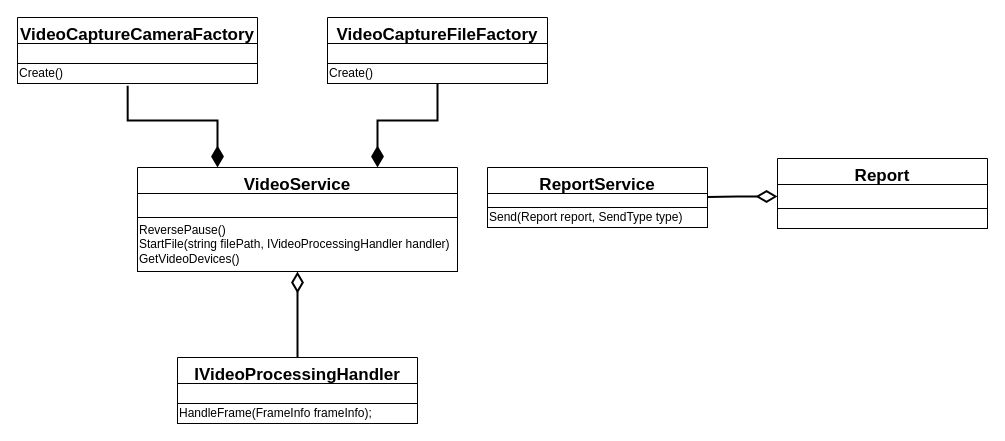
Above: page "Services" (5 of 11) of Engineering/Packets-specify.drawio in GoldGreen/Skeletonization (draw.io), before the change. Source tidied: cells renumbered, new cells numbered last; positions are measured from the earlier drawing's top-left corner, leaving out a move shared by most shapes. Both pictures are drawn from the tidied source at 100%, with x=0, y=0 at pixel (17, 17).
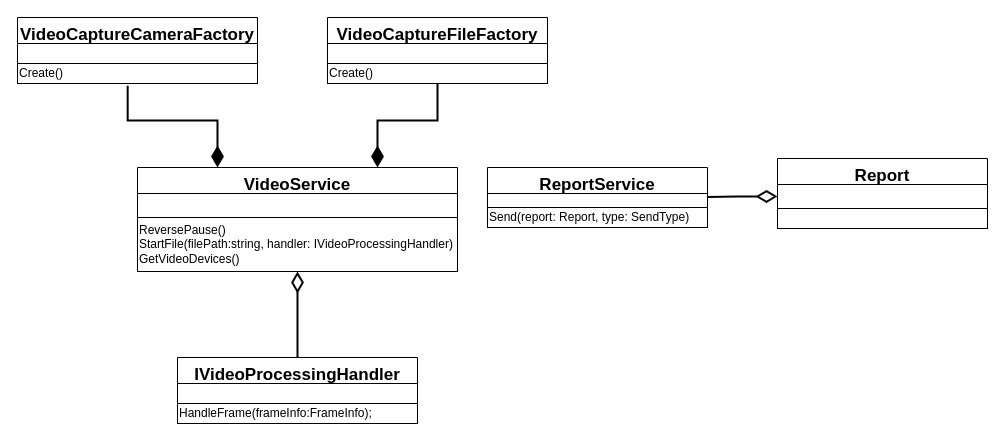
The same page after the edit.

Unchanged cells that the change refers to:
```xml
<mxCell id="5" value="VideoService" style="swimlane;fontStyle=1;align=center;verticalAlign=top;horizontal=1;startSize=26;fontSize=17;" parent="1" vertex="1">
  <mxGeometry x="120" y="150" width="320" height="104" as="geometry" />
</mxCell>
<mxCell id="14" value="IVideoProcessingHandler" style="swimlane;fontStyle=1;align=center;verticalAlign=top;horizontal=1;startSize=26;fontSize=17;" parent="1" vertex="1">
  <mxGeometry x="160" y="340" width="240" height="66" as="geometry" />
</mxCell>
<mxCell id="17" value="ReportService" style="swimlane;fontStyle=1;align=center;verticalAlign=top;horizontal=1;startSize=26;fontSize=17;" parent="1" vertex="1">
  <mxGeometry x="470" y="150" width="220" height="60" as="geometry" />
</mxCell>
```

The edit, as a diff of the source:
```diff
@@
-    <mxCell id="7" value="&lt;span&gt;ReversePause()&lt;/span&gt;&lt;br&gt;&lt;span&gt;StartFile(string filePath, IVideoProcessingHandler handler)&lt;/span&gt;&lt;br&gt;&lt;span&gt;GetVideoDevices()&lt;/span&gt;" style="rounded=0;whiteSpace=wrap;html=1;fontFamily=Helvetica;fontSize=12;fontColor=default;startSize=26;strokeColor=default;fillColor=default;align=left;" parent="5" vertex="1">
+    <mxCell id="7" value="&lt;span&gt;ReversePause()&lt;/span&gt;&lt;br&gt;&lt;span&gt;StartFile(filePath:&lt;/span&gt;string&lt;span&gt;, handler:&amp;nbsp;&lt;/span&gt;IVideoProcessingHandler&lt;span&gt;)&lt;/span&gt;&lt;br&gt;&lt;span&gt;GetVideoDevices()&lt;/span&gt;" style="rounded=0;whiteSpace=wrap;html=1;fontFamily=Helvetica;fontSize=12;fontColor=default;startSize=26;strokeColor=default;fillColor=default;align=left;" parent="5" vertex="1">
       <mxGeometry y="50" width="320" height="54" as="geometry" />
     </mxCell>
@@
-    <mxCell id="16" value="HandleFrame(FrameInfo frameInfo);" style="rounded=0;whiteSpace=wrap;html=1;fontFamily=Helvetica;fontSize=12;fontColor=default;startSize=26;strokeColor=default;fillColor=default;align=left;" parent="14" vertex="1">
+    <mxCell id="16" value="HandleFrame(frameInfo:FrameInfo);" style="rounded=0;whiteSpace=wrap;html=1;fontFamily=Helvetica;fontSize=12;fontColor=default;startSize=26;strokeColor=default;fillColor=default;align=left;" parent="14" vertex="1">
       <mxGeometry y="46" width="240" height="20" as="geometry" />
     </mxCell>
@@
-    <mxCell id="19" value="&lt;span&gt;Send(Report report, SendType type)&lt;/span&gt;" style="rounded=0;whiteSpace=wrap;html=1;fontFamily=Helvetica;fontSize=12;fontColor=default;startSize=26;strokeColor=default;fillColor=default;align=left;" parent="17" vertex="1">
+    <mxCell id="19" value="&lt;span&gt;Send(&lt;/span&gt;report:&amp;nbsp;&lt;span&gt;Report, type:&amp;nbsp;&lt;/span&gt;SendType&lt;span&gt;)&lt;/span&gt;" style="rounded=0;whiteSpace=wrap;html=1;fontFamily=Helvetica;fontSize=12;fontColor=default;startSize=26;strokeColor=default;fillColor=default;align=left;" parent="17" vertex="1">
       <mxGeometry y="40" width="220" height="20" as="geometry" />
     </mxCell>
```
